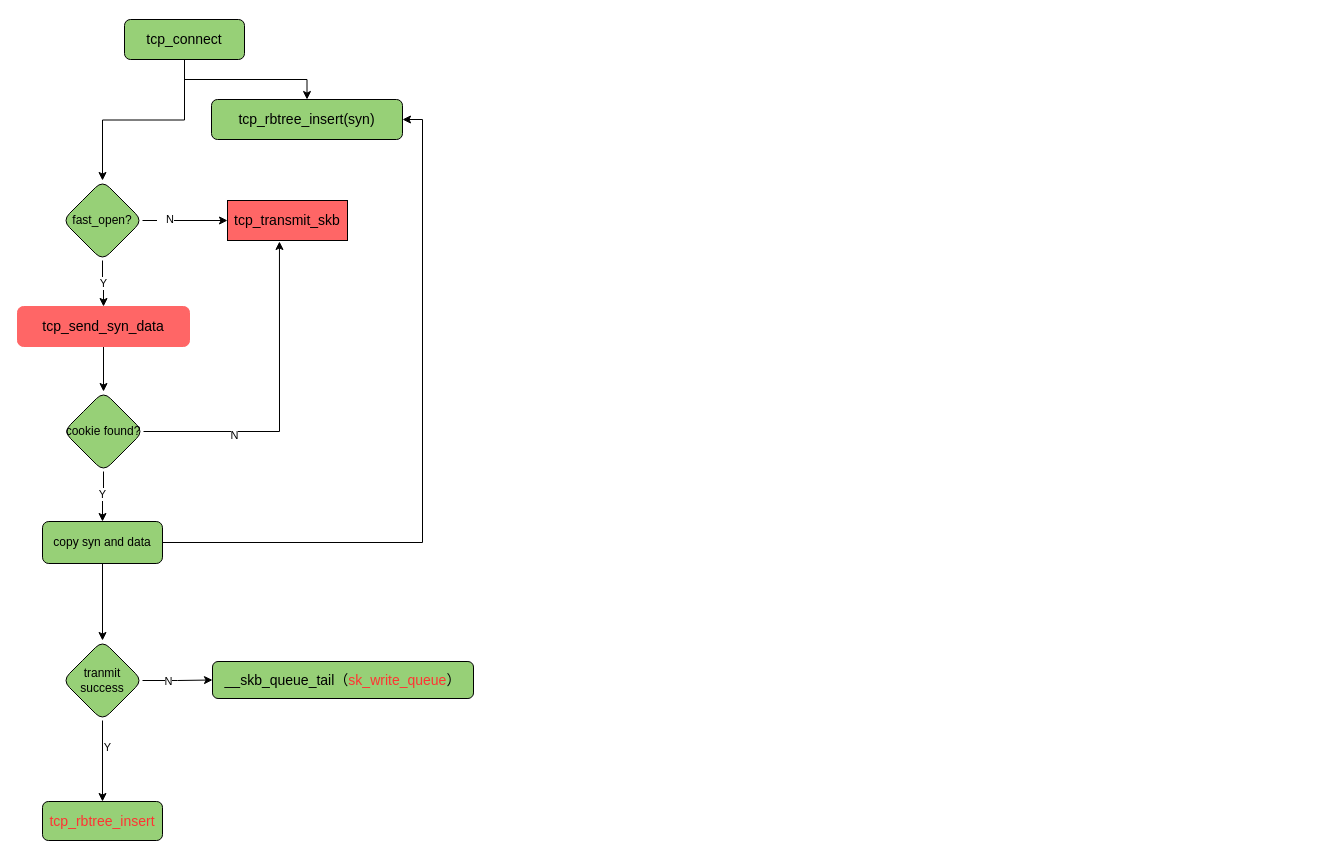
The draw.io diagram linux-kernel/tcp.drawio in byrcoder/essay, before the edit. Source tidied: cells renumbered, new cells numbered last; positions are measured from the earlier drawing's top-left corner, leaving out a move shared by most shapes. Both pictures are drawn from the tidied source at 100%, with x=0, y=0 at pixel (17, 19).
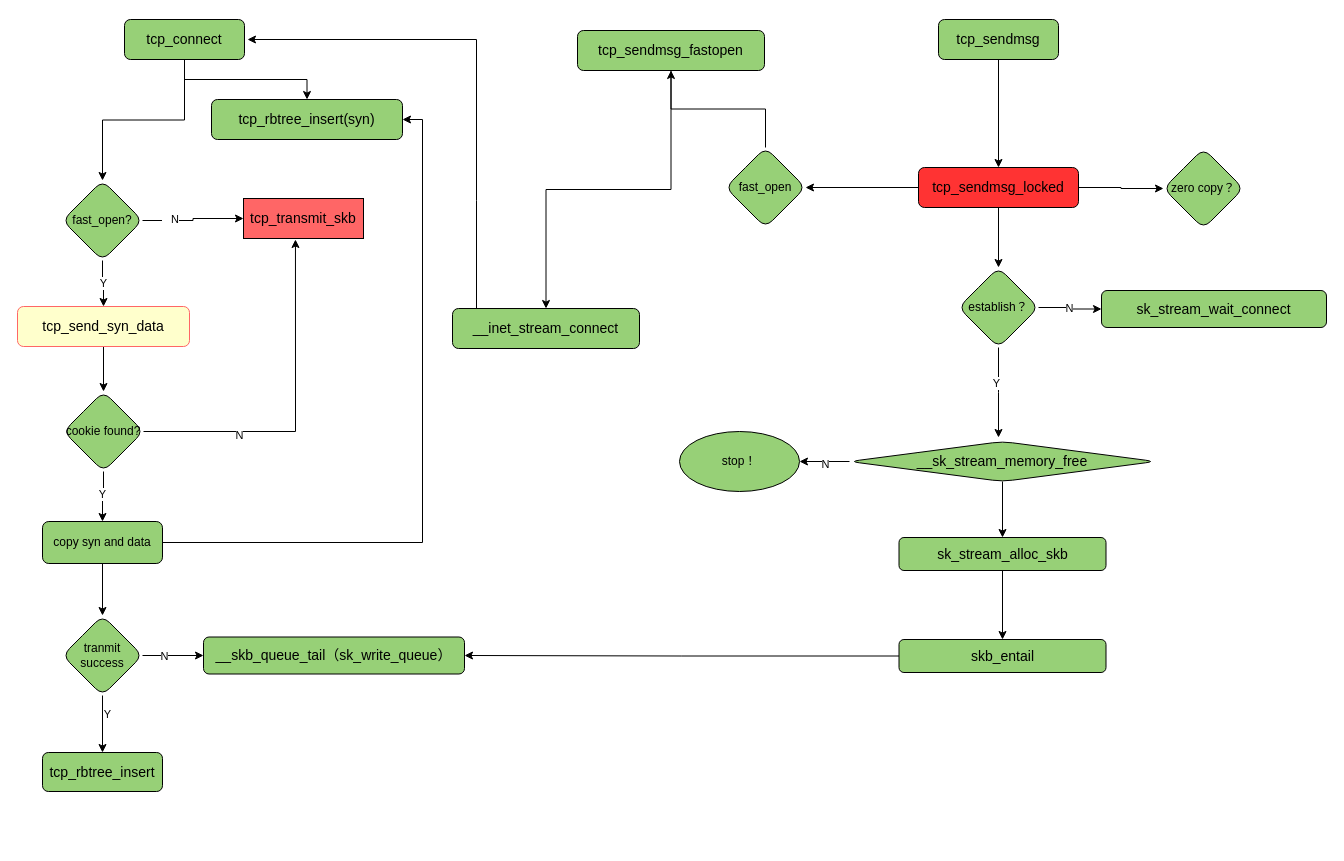
The same diagram, later.

Commit message:
tcp的发生和连接

What changed in the source:
```diff
@@
-    <mxCell id="4" value="&lt;pre style=&quot;font-family: &amp;#34;jetbrains mono&amp;#34; ; font-size: 10.5pt&quot;&gt;&lt;span style=&quot;background-color: rgb(151 , 208 , 119)&quot;&gt;tcp_connect&lt;/span&gt;&lt;/pre&gt;" style="rounded=1;whiteSpace=wrap;html=1;fontSize=12;glass=0;strokeWidth=1;shadow=0;fillColor=#97D077;" parent="1" vertex="1">
+    <mxCell id="4" value="&lt;pre style=&quot;font-family: &amp;quot;jetbrains mono&amp;quot; ; font-size: 10.5pt&quot;&gt;&lt;span style=&quot;background-color: rgb(151 , 208 , 119)&quot;&gt;tcp_connect&lt;/span&gt;&lt;/pre&gt;" style="rounded=1;whiteSpace=wrap;html=1;fontSize=12;glass=0;strokeWidth=1;shadow=0;fillColor=#97D077;fontColor=#000000;" parent="1" vertex="1">
       <mxGeometry x="107" width="120" height="40" as="geometry" />
     </mxCell>
-    <mxCell id="5" value="&lt;pre style=&quot;font-family: &amp;#34;jetbrains mono&amp;#34; ; font-size: 10.5pt&quot;&gt;&lt;span style=&quot;background-color: rgb(255 , 102 , 102)&quot;&gt;tcp_transmit_skb&lt;/span&gt;&lt;/pre&gt;" style="rounded=1;whiteSpace=wrap;html=1;fontSize=12;glass=0;strokeWidth=1;shadow=0;fillColor=#FF6666;arcSize=0;" parent="1" vertex="1">
-      <mxGeometry x="210" y="181" width="120" height="40" as="geometry" />
+    <mxCell id="5" value="&lt;pre style=&quot;font-family: &amp;quot;jetbrains mono&amp;quot; ; font-size: 10.5pt&quot;&gt;&lt;span style=&quot;background-color: rgb(255 , 102 , 102)&quot;&gt;tcp_transmit_skb&lt;/span&gt;&lt;/pre&gt;" style="rounded=1;whiteSpace=wrap;html=1;fontSize=12;glass=0;strokeWidth=1;shadow=0;fillColor=#FF6666;arcSize=0;fontColor=#000000;" parent="1" vertex="1">
+      <mxGeometry x="226" y="179" width="120" height="40" as="geometry" />
     </mxCell>
@@
-    <mxCell id="7" value="&lt;pre style=&quot;font-family: &amp;#34;jetbrains mono&amp;#34; ; font-size: 10.5pt&quot;&gt;&lt;span style=&quot;background-color: rgb(255 , 102 , 102)&quot;&gt;tcp_send_syn_data&lt;/span&gt;&lt;/pre&gt;" style="rounded=1;whiteSpace=wrap;html=1;fontSize=12;glass=0;strokeWidth=1;shadow=0;fillColor=#FF6666;strokeColor=#FF6666;" parent="1" vertex="1">
+    <mxCell id="7" value="&lt;pre style=&quot;font-family: &amp;quot;jetbrains mono&amp;quot; ; font-size: 10.5pt&quot;&gt;&lt;span style=&quot;background-color: rgb(255 , 255 , 204)&quot;&gt;tcp_send_syn_data&lt;/span&gt;&lt;/pre&gt;" style="rounded=1;whiteSpace=wrap;html=1;fontSize=12;glass=0;strokeWidth=1;shadow=0;fillColor=#FFFFCC;strokeColor=#FF6666;fontColor=#000000;" parent="1" vertex="1">
       <mxGeometry y="287" width="172" height="40" as="geometry" />
     </mxCell>
@@
-    <mxCell id="12" value="cookie found?" style="rhombus;whiteSpace=wrap;html=1;fillColor=#97D077;rounded=1;glass=0;strokeWidth=1;shadow=0;" parent="1" vertex="1">
+    <mxCell id="12" value="cookie found?" style="rhombus;whiteSpace=wrap;html=1;fillColor=#97D077;rounded=1;glass=0;strokeWidth=1;shadow=0;fontColor=#000000;" parent="1" vertex="1">
       <mxGeometry x="46" y="372" width="80" height="80" as="geometry" />
     </mxCell>
@@
-    <mxCell id="16" value="fast_open?" style="rhombus;whiteSpace=wrap;html=1;fillColor=#97D077;rounded=1;glass=0;strokeWidth=1;shadow=0;" parent="1" vertex="1">
+    <mxCell id="16" value="fast_open?" style="rhombus;whiteSpace=wrap;html=1;fillColor=#97D077;rounded=1;glass=0;strokeWidth=1;shadow=0;fontColor=#000000;" parent="1" vertex="1">
       <mxGeometry x="45" y="161" width="80" height="80" as="geometry" />
     </mxCell>
-    <mxCell id="17" value="&lt;pre style=&quot;font-family: &amp;#34;jetbrains mono&amp;#34; ; font-size: 10.5pt&quot;&gt;&lt;pre style=&quot;font-family: &amp;#34;jetbrains mono&amp;#34; ; font-size: 10.5pt&quot;&gt;&lt;font style=&quot;background-color: rgb(151 , 208 , 119)&quot;&gt;tcp_rbtree_insert(syn)&lt;/font&gt;&lt;/pre&gt;&lt;/pre&gt;" style="rounded=1;whiteSpace=wrap;html=1;fontSize=12;glass=0;strokeWidth=1;shadow=0;fillColor=#97D077;" parent="1" vertex="1">
+    <mxCell id="17" value="&lt;pre style=&quot;font-family: &amp;quot;jetbrains mono&amp;quot; ; font-size: 10.5pt&quot;&gt;&lt;pre style=&quot;font-family: &amp;quot;jetbrains mono&amp;quot; ; font-size: 10.5pt&quot;&gt;&lt;font style=&quot;background-color: rgb(151 , 208 , 119)&quot;&gt;tcp_rbtree_insert(syn)&lt;/font&gt;&lt;/pre&gt;&lt;/pre&gt;" style="rounded=1;whiteSpace=wrap;html=1;fontSize=12;glass=0;strokeWidth=1;shadow=0;fillColor=#97D077;fontColor=#000000;" parent="1" vertex="1">
       <mxGeometry x="194" y="80" width="191" height="40" as="geometry" />
     </mxCell>
@@
-    <mxCell id="20" value="copy syn and data" style="whiteSpace=wrap;html=1;fillColor=#97D077;rounded=1;glass=0;strokeWidth=1;shadow=0;" parent="1" vertex="1">
+    <mxCell id="20" value="copy syn and data" style="whiteSpace=wrap;html=1;fillColor=#97D077;rounded=1;glass=0;strokeWidth=1;shadow=0;fontColor=#000000;" parent="1" vertex="1">
       <mxGeometry x="25" y="502" width="120" height="42" as="geometry" />
     </mxCell>
@@
-    <mxCell id="25" value="tranmit success" style="rhombus;whiteSpace=wrap;html=1;fillColor=#97D077;rounded=1;glass=0;strokeWidth=1;shadow=0;" parent="1" vertex="1">
-      <mxGeometry x="45" y="621" width="80" height="80" as="geometry" />
+    <mxCell id="25" value="tranmit success" style="rhombus;whiteSpace=wrap;html=1;fillColor=#97D077;rounded=1;glass=0;strokeWidth=1;shadow=0;fontColor=#000000;" parent="1" vertex="1">
+      <mxGeometry x="45" y="596" width="80" height="80" as="geometry" />
     </mxCell>
-    <mxCell id="26" value="&lt;pre style=&quot;font-family: &amp;#34;jetbrains mono&amp;#34; ; font-size: 10.5pt&quot;&gt;&lt;pre style=&quot;font-family: &amp;#34;jetbrains mono&amp;#34; ; font-size: 10.5pt&quot;&gt;&lt;span style=&quot;background-color: rgb(151 , 208 , 119)&quot;&gt;&lt;font color=&quot;#ff3333&quot;&gt;tcp_rbtree_insert&lt;/font&gt;&lt;/span&gt;&lt;/pre&gt;&lt;/pre&gt;" style="whiteSpace=wrap;html=1;fillColor=#97D077;rounded=1;glass=0;strokeWidth=1;shadow=0;" parent="1" vertex="1">
-      <mxGeometry x="25" y="782" width="120" height="39" as="geometry" />
+    <mxCell id="26" value="&lt;pre style=&quot;font-family: &amp;quot;jetbrains mono&amp;quot; ; font-size: 10.5pt&quot;&gt;&lt;pre style=&quot;font-family: &amp;quot;jetbrains mono&amp;quot; ; font-size: 10.5pt&quot;&gt;&lt;span style=&quot;background-color: rgb(151 , 208 , 119)&quot;&gt;&lt;font&gt;tcp_rbtree_insert&lt;/font&gt;&lt;/span&gt;&lt;/pre&gt;&lt;/pre&gt;" style="whiteSpace=wrap;html=1;fillColor=#97D077;rounded=1;glass=0;strokeWidth=1;shadow=0;fontColor=#000000;" parent="1" vertex="1">
+      <mxGeometry x="25" y="733" width="120" height="39" as="geometry" />
     </mxCell>
-    <mxCell id="27" value="&lt;pre style=&quot;font-family: &amp;#34;jetbrains mono&amp;#34; ; font-size: 10.5pt&quot;&gt;&lt;span style=&quot;background-color: rgb(151 , 208 , 119)&quot;&gt;__skb_queue_tail（&lt;font color=&quot;#ff3333&quot;&gt;sk_write_queue&lt;/font&gt;）&lt;/span&gt;&lt;/pre&gt;" style="whiteSpace=wrap;html=1;fillColor=#97D077;rounded=1;glass=0;strokeWidth=1;shadow=0;" parent="1" vertex="1">
-      <mxGeometry x="195" y="642" width="261" height="37" as="geometry" />
+    <mxCell id="27" value="&lt;pre style=&quot;font-family: &amp;quot;jetbrains mono&amp;quot; ; font-size: 10.5pt&quot;&gt;&lt;span style=&quot;background-color: rgb(151 , 208 , 119)&quot;&gt;__skb_queue_tail（&lt;font&gt;sk_write_queue&lt;/font&gt;）&lt;/span&gt;&lt;/pre&gt;" style="whiteSpace=wrap;html=1;fillColor=#97D077;rounded=1;glass=0;strokeWidth=1;shadow=0;fontColor=#000000;" parent="1" vertex="1">
+      <mxGeometry x="186" y="617.5" width="261" height="37" as="geometry" />
     </mxCell>
+    <mxCell id="28" style="edgeStyle=orthogonalEdgeStyle;rounded=0;jettySize=auto;html=1;fontColor=#000000;" parent="1" edge="1" source="29" target="33">
+      <mxGeometry relative="1" as="geometry" />
+    </mxCell>
+    <mxCell id="29" value="&lt;pre style=&quot;font-family: &amp;#34;jetbrains mono&amp;#34; ; font-size: 10.5pt&quot;&gt;&lt;pre style=&quot;font-family: &amp;#34;jetbrains mono&amp;#34; ; font-size: 10.5pt&quot;&gt;&lt;span style=&quot;background-color: rgb(151 , 208 , 119)&quot;&gt;tcp_sendmsg&lt;/span&gt;&lt;/pre&gt;&lt;/pre&gt;" style="rounded=1;whiteSpace=wrap;html=1;fontSize=12;glass=0;strokeWidth=1;shadow=0;fillColor=#97D077;fontColor=#000000;" parent="1" vertex="1">
+      <mxGeometry x="921" width="120" height="40" as="geometry" />
+    </mxCell>
+    <mxCell id="30" style="edgeStyle=orthogonalEdgeStyle;rounded=0;jettySize=auto;html=1;fontColor=#000000;" parent="1" edge="1" source="33" target="34">
+      <mxGeometry relative="1" as="geometry" />
+    </mxCell>
+    <mxCell id="31" style="edgeStyle=orthogonalEdgeStyle;rounded=0;jettySize=auto;html=1;fontColor=#000000;" parent="1" edge="1" source="33" target="36">
+      <mxGeometry relative="1" as="geometry" />
+    </mxCell>
+    <mxCell id="32" style="edgeStyle=orthogonalEdgeStyle;rounded=0;jettySize=auto;html=1;fontColor=#000000;" parent="1" edge="1" source="33" target="45">
+      <mxGeometry relative="1" as="geometry" />
+    </mxCell>
+    <mxCell id="33" value="&lt;pre style=&quot;font-family: &amp;#34;jetbrains mono&amp;#34; ; font-size: 10.5pt&quot;&gt;&lt;pre style=&quot;font-family: &amp;#34;jetbrains mono&amp;#34; ; font-size: 10.5pt&quot;&gt;&lt;pre style=&quot;font-family: &amp;#34;jetbrains mono&amp;#34; ; font-size: 10.5pt&quot;&gt;&lt;font style=&quot;background-color: rgb(255 , 51 , 51)&quot;&gt;tcp_sendmsg_locked&lt;/font&gt;&lt;/pre&gt;&lt;/pre&gt;&lt;/pre&gt;" style="rounded=1;whiteSpace=wrap;html=1;fontSize=12;glass=0;strokeWidth=1;shadow=0;fillColor=#FF3333;fontColor=#000000;" parent="1" vertex="1">
+      <mxGeometry x="901" y="148" width="160" height="40" as="geometry" />
+    </mxCell>
+    <mxCell id="34" value="zero copy？" style="rhombus;whiteSpace=wrap;html=1;fillColor=#97D077;rounded=1;glass=0;strokeWidth=1;shadow=0;fontColor=#000000;" parent="1" vertex="1">
+      <mxGeometry x="1146" y="129" width="80" height="80" as="geometry" />
+    </mxCell>
+    <mxCell id="35" style="edgeStyle=orthogonalEdgeStyle;rounded=0;jettySize=auto;html=1;fontColor=#000000;" parent="1" edge="1" source="36" target="38">
+      <mxGeometry relative="1" as="geometry" />
+    </mxCell>
+    <mxCell id="36" value="fast_open" style="rhombus;whiteSpace=wrap;html=1;fillColor=#97D077;rounded=1;glass=0;strokeWidth=1;shadow=0;fontColor=#000000;" parent="1" vertex="1">
+      <mxGeometry x="708" y="128" width="80" height="80" as="geometry" />
+    </mxCell>
+    <mxCell id="37" style="edgeStyle=orthogonalEdgeStyle;rounded=0;jettySize=auto;html=1;fontColor=#000000;entryX=0.5;entryY=0;entryDx=0;entryDy=0;" parent="1" edge="1" source="38" target="40">
+      <mxGeometry relative="1" as="geometry" />
+    </mxCell>
+    <mxCell id="38" value="&lt;pre style=&quot;font-family: &amp;quot;jetbrains mono&amp;quot; ; font-size: 10.5pt&quot;&gt;&lt;span style=&quot;background-color: rgb(151 , 208 , 119)&quot;&gt;tcp_sendmsg_fastopen&lt;/span&gt;&lt;/pre&gt;" style="whiteSpace=wrap;html=1;fillColor=#97D077;rounded=1;glass=0;strokeWidth=1;shadow=0;fontColor=#000000;" parent="1" vertex="1">
+      <mxGeometry x="560" y="11" width="187" height="40" as="geometry" />
+    </mxCell>
+    <mxCell id="39" style="edgeStyle=orthogonalEdgeStyle;rounded=0;jettySize=auto;html=1;fontColor=#000000;" parent="1" edge="1" source="40">
+      <mxGeometry relative="1" as="geometry">
+        <mxPoint x="230" y="20" as="targetPoint" />
+        <Array as="points">
+          <mxPoint x="459" y="181" />
+          <mxPoint x="459" y="20" />
+        </Array>
+      </mxGeometry>
+    </mxCell>
+    <mxCell id="40" value="&lt;pre style=&quot;font-family: &amp;quot;jetbrains mono&amp;quot; ; font-size: 10.5pt&quot;&gt;&lt;pre style=&quot;font-family: &amp;quot;jetbrains mono&amp;quot; ; font-size: 10.5pt&quot;&gt;&lt;span style=&quot;background-color: rgb(151 , 208 , 119)&quot;&gt;__inet_stream_connect&lt;/span&gt;&lt;/pre&gt;&lt;/pre&gt;" style="whiteSpace=wrap;html=1;fillColor=#97D077;rounded=1;glass=0;strokeWidth=1;shadow=0;fontColor=#000000;" parent="1" vertex="1">
+      <mxGeometry x="435" y="289" width="187" height="40" as="geometry" />
+    </mxCell>
+    <mxCell id="41" style="edgeStyle=orthogonalEdgeStyle;rounded=0;jettySize=auto;html=1;fontColor=#000000;" parent="1" edge="1" source="45" target="46">
+      <mxGeometry relative="1" as="geometry" />
+    </mxCell>
+    <mxCell id="42" value="N" style="edgeLabel;html=1;align=center;verticalAlign=middle;fontColor=#000000;" parent="41" vertex="1">
+      <mxGeometry x="-0.07" relative="1" as="geometry" />
+    </mxCell>
+    <mxCell id="43" style="edgeStyle=orthogonalEdgeStyle;rounded=0;jettySize=auto;html=1;fontColor=#000000;" parent="1" edge="1" source="45">
+      <mxGeometry relative="1" as="geometry">
+        <mxPoint x="981" y="418" as="targetPoint" />
+      </mxGeometry>
+    </mxCell>
+    <mxCell id="44" value="Y" style="edgeLabel;html=1;align=center;verticalAlign=middle;fontColor=#000000;" parent="43" vertex="1">
+      <mxGeometry x="-0.22" y="-3" relative="1" as="geometry" />
+    </mxCell>
+    <mxCell id="45" value="establish？" style="rhombus;whiteSpace=wrap;html=1;fillColor=#97D077;fontColor=#000000;rounded=1;glass=0;strokeWidth=1;shadow=0;" parent="1" vertex="1">
+      <mxGeometry x="941" y="248" width="80" height="80" as="geometry" />
+    </mxCell>
+    <mxCell id="46" value="&lt;pre style=&quot;font-family: &amp;#34;jetbrains mono&amp;#34; ; font-size: 10.5pt&quot;&gt;&lt;span style=&quot;background-color: rgb(151 , 208 , 119)&quot;&gt;sk_stream_wait_connect&lt;/span&gt;&lt;/pre&gt;" style="whiteSpace=wrap;html=1;fillColor=#97D077;fontColor=#000000;rounded=1;glass=0;strokeWidth=1;shadow=0;" parent="1" vertex="1">
+      <mxGeometry x="1084" y="271" width="225" height="37" as="geometry" />
+    </mxCell>
+    <mxCell id="47" style="edgeStyle=orthogonalEdgeStyle;rounded=0;jettySize=auto;html=1;fontColor=#000000;" parent="1" edge="1" source="50" target="51">
+      <mxGeometry relative="1" as="geometry" />
+    </mxCell>
+    <mxCell id="48" value="N" style="edgeLabel;html=1;align=center;verticalAlign=middle;fontColor=#000000;" parent="47" vertex="1">
+      <mxGeometry y="2" relative="1" as="geometry" />
+    </mxCell>
+    <mxCell id="49" style="edgeStyle=orthogonalEdgeStyle;rounded=0;jettySize=auto;html=1;fontColor=#000000;" parent="1" edge="1" source="50" target="53">
+      <mxGeometry relative="1" as="geometry" />
+    </mxCell>
+    <mxCell id="50" value="&lt;pre style=&quot;font-family: &amp;#34;jetbrains mono&amp;#34; ; font-size: 10.5pt&quot;&gt;&lt;span style=&quot;background-color: rgb(151 , 208 , 119)&quot;&gt;__sk_stream_memory_free&lt;/span&gt;&lt;/pre&gt;" style="rhombus;whiteSpace=wrap;html=1;fillColor=#97D077;fontColor=#000000;rounded=1;glass=0;strokeWidth=1;shadow=0;" parent="1" vertex="1">
+      <mxGeometry x="832" y="422" width="306" height="40" as="geometry" />
+    </mxCell>
+    <mxCell id="51" value="stop！" style="ellipse;whiteSpace=wrap;html=1;fillColor=#97D077;fontColor=#000000;rounded=1;glass=0;strokeWidth=1;shadow=0;" parent="1" vertex="1">
+      <mxGeometry x="662" y="412" width="120" height="60" as="geometry" />
+    </mxCell>
+    <mxCell id="52" style="edgeStyle=orthogonalEdgeStyle;rounded=0;jettySize=auto;html=1;fontColor=#000000;" parent="1" edge="1" source="53" target="55">
+      <mxGeometry relative="1" as="geometry" />
+    </mxCell>
+    <mxCell id="53" value="&lt;pre style=&quot;font-family: &amp;#34;jetbrains mono&amp;#34; ; font-size: 10.5pt&quot;&gt;&lt;span style=&quot;background-color: rgb(151 , 208 , 119)&quot;&gt;sk_stream_alloc_skb&lt;/span&gt;&lt;/pre&gt;" style="whiteSpace=wrap;html=1;fillColor=#97D077;fontColor=#000000;rounded=1;glass=0;strokeWidth=1;shadow=0;" parent="1" vertex="1">
+      <mxGeometry x="881.5" y="518" width="207" height="33" as="geometry" />
+    </mxCell>
+    <mxCell id="54" style="edgeStyle=orthogonalEdgeStyle;rounded=0;jettySize=auto;html=1;fontColor=#000000;entryX=1;entryY=0.5;entryDx=0;entryDy=0;" parent="1" edge="1" source="55" target="27">
+      <mxGeometry relative="1" as="geometry" />
+    </mxCell>
+    <mxCell id="55" value="&lt;pre style=&quot;font-family: &amp;#34;jetbrains mono&amp;#34; ; font-size: 10.5pt&quot;&gt;&lt;pre style=&quot;font-family: &amp;#34;jetbrains mono&amp;#34; ; font-size: 10.5pt&quot;&gt;&lt;span style=&quot;background-color: rgb(151 , 208 , 119)&quot;&gt;skb_entail&lt;/span&gt;&lt;/pre&gt;&lt;/pre&gt;" style="whiteSpace=wrap;html=1;fillColor=#97D077;fontColor=#000000;rounded=1;glass=0;strokeWidth=1;shadow=0;" parent="1" vertex="1">
+      <mxGeometry x="881.5" y="620" width="207" height="33" as="geometry" />
+    </mxCell>
```
